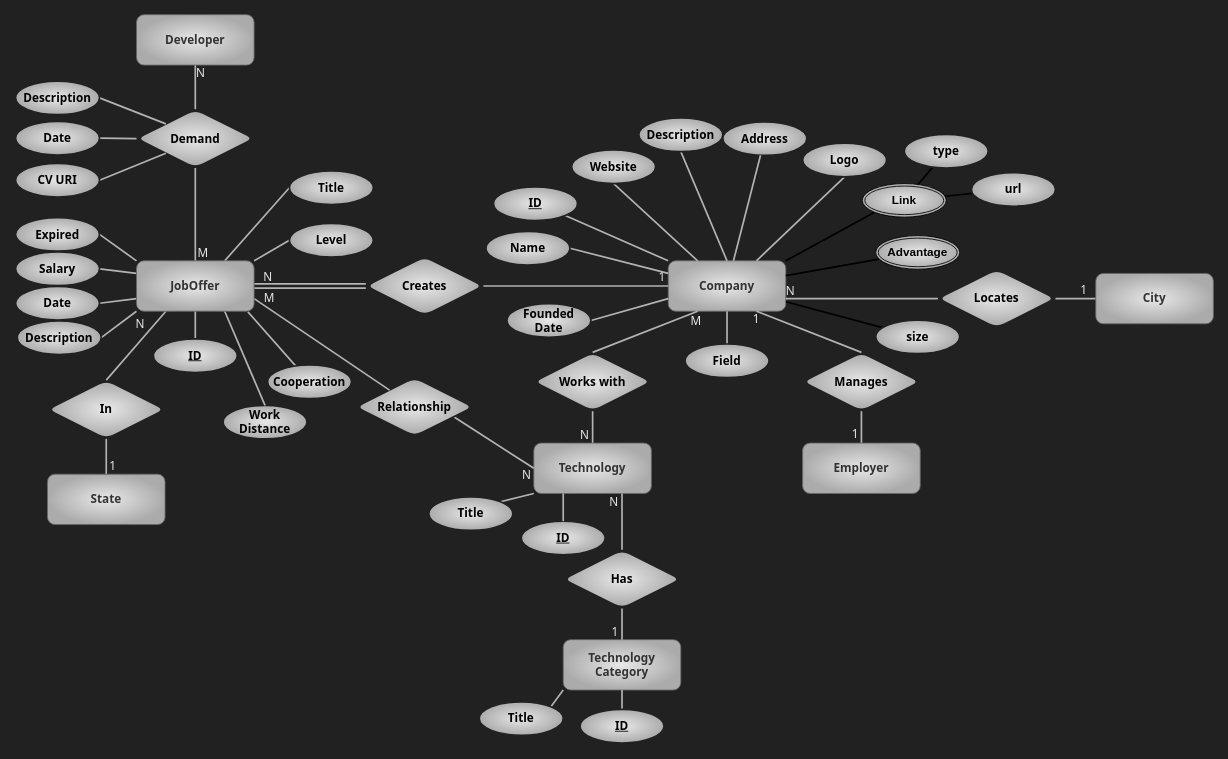
The draw.io diagram page "magnet" (2 of 5) of assets/er.drawio in kntu-db/quera-norm, before the edit. Source tidied: cells renumbered, new cells numbered last; positions are measured from the earlier drawing's top-left corner, leaving out a move shared by most shapes. Both pictures are drawn from the tidied source at 84%, with x=0, y=0 at pixel (15, 14).
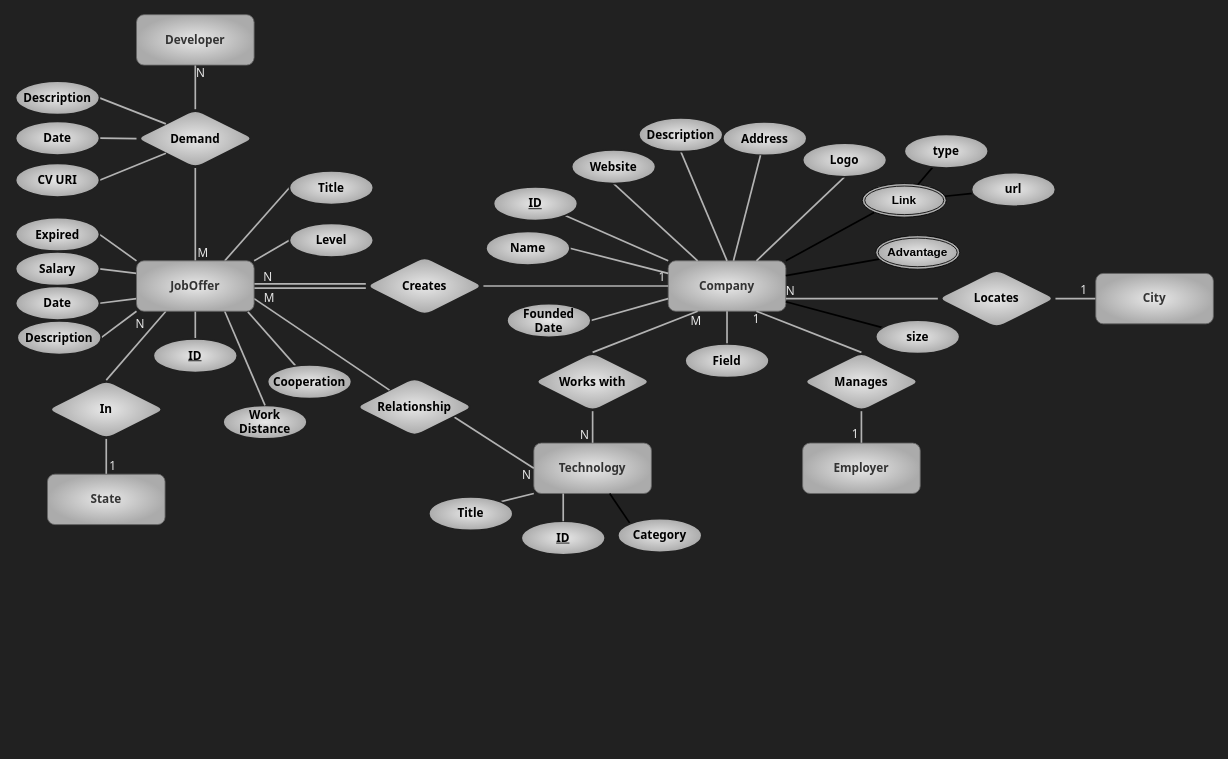
Above is the later version.

The change refers to these unchanged cells:
```xml
<mxCell id="51" value="Technology" style="whiteSpace=wrap;html=1;align=center;fontFamily=Tahoma;rounded=1;fillColor=#E8E8E8;strokeColor=#666666;fontColor=#333333;gradientColor=#ABABAB;gradientDirection=radial;fontSize=14;labelBackgroundColor=none;fontStyle=1;" parent="1" vertex="1">
  <mxGeometry x="617" y="510" width="140" height="60" as="geometry" />
</mxCell>
```

What changed in the source:
```diff
@@
-    <mxCell id="67" value="&lt;div style=&quot;direction: rtl&quot;&gt;&lt;span&gt;Technology Category&lt;/span&gt;&lt;/div&gt;" style="whiteSpace=wrap;html=1;align=center;fontFamily=Tahoma;rounded=1;fillColor=#E8E8E8;strokeColor=#666666;fontColor=#333333;gradientColor=#ABABAB;gradientDirection=radial;fontSize=14;labelBackgroundColor=none;fontStyle=1;" parent="1" vertex="1">
-      <mxGeometry x="652" y="744" width="140" height="60" as="geometry" />
-    </mxCell>
-    <mxCell id="68" value="Has" style="shape=rhombus;perimeter=rhombusPerimeter;whiteSpace=wrap;html=1;align=center;rounded=1;labelBackgroundColor=none;fontFamily=Tahoma;fontSize=14;fontColor=#000000;strokeColor=#212121;strokeWidth=2;fillColor=#E8E8E8;gradientColor=#ABABAB;gradientDirection=radial;fontStyle=1;" parent="1" vertex="1">
-      <mxGeometry x="652" y="637" width="140" height="70" as="geometry" />
-    </mxCell>
-    <mxCell id="69" style="endArrow=none;html=1;rounded=0;shadow=0;sketch=0;fontFamily=Tahoma;fontSize=14;fontColor=#E8E8E8;strokeWidth=2;fillColor=none;strokeColor=#B3B3B3;exitX=0.5;exitY=0;exitDx=0;exitDy=0;entryX=0.75;entryY=1;entryDx=0;entryDy=0;" parent="1" edge="1" source="68" target="51">
-      <mxGeometry relative="1" as="geometry" />
-    </mxCell>
-    <mxCell id="70" value="N" style="html=1;align=right;verticalAlign=bottom;rounded=1;shadow=0;glass=0;labelBackgroundColor=none;labelBorderColor=none;fontFamily=Tahoma;fontSize=14;fontColor=#E8E8E8;strokeColor=#3D3D3D;strokeWidth=1;fillColor=#E8E8E8;gradientColor=#ABABAB;gradientDirection=radial;" parent="69" vertex="1">
-      <mxGeometry x="1" relative="1" as="geometry">
-        <mxPoint x="-4" y="20" as="offset" />
-      </mxGeometry>
-    </mxCell>
-    <mxCell id="71" style="endArrow=none;html=1;rounded=0;shadow=0;sketch=0;fontFamily=Tahoma;fontSize=14;fontColor=#E8E8E8;strokeWidth=2;fillColor=none;strokeColor=#B3B3B3;exitX=0.5;exitY=1;exitDx=0;exitDy=0;entryX=0.5;entryY=0;entryDx=0;entryDy=0;" parent="1" edge="1" source="68" target="67">
-      <mxGeometry relative="1" as="geometry" />
-    </mxCell>
-    <mxCell id="72" value="1" style="html=1;align=right;verticalAlign=bottom;rounded=1;shadow=0;glass=0;labelBackgroundColor=none;labelBorderColor=none;fontFamily=Tahoma;fontSize=14;fontColor=#E8E8E8;strokeColor=#3D3D3D;strokeWidth=1;fillColor=#E8E8E8;gradientColor=#ABABAB;gradientDirection=radial;" parent="71" vertex="1">
-      <mxGeometry x="1" relative="1" as="geometry">
-        <mxPoint x="-4" y="1" as="offset" />
-      </mxGeometry>
-    </mxCell>
-    <mxCell id="73" style="edgeStyle=none;html=1;exitX=0.5;exitY=0;exitDx=0;exitDy=0;entryX=0.5;entryY=1;entryDx=0;entryDy=0;endArrow=none;endFill=0;strokeColor=#B3B3B3;strokeWidth=2;" parent="1" edge="1" source="74" target="67">
-      <mxGeometry relative="1" as="geometry" />
-    </mxCell>
-    <mxCell id="74" value="ID" style="ellipse;whiteSpace=wrap;html=1;align=center;rounded=1;labelBackgroundColor=none;fontFamily=Tahoma;fontSize=14;fontColor=#000000;strokeColor=#212121;strokeWidth=2;fillColor=#E8E8E8;gradientColor=#ABABAB;gradientDirection=radial;fontStyle=5;" parent="1" vertex="1">
-      <mxGeometry x="672" y="827" width="100" height="40" as="geometry" />
-    </mxCell>
@@
-    <mxCell id="89" style="edgeStyle=none;html=1;exitX=1;exitY=0;exitDx=0;exitDy=0;entryX=0;entryY=1;entryDx=0;entryDy=0;endArrow=none;endFill=0;strokeColor=#B3B3B3;strokeWidth=2;" parent="1" edge="1" source="90" target="67">
-      <mxGeometry relative="1" as="geometry" />
-    </mxCell>
-    <mxCell id="90" value="Title" style="ellipse;whiteSpace=wrap;html=1;align=center;fontStyle=1;rounded=1;labelBackgroundColor=none;fontFamily=Tahoma;fontSize=14;fontColor=#000000;strokeColor=#212121;strokeWidth=2;fillColor=#E8E8E8;gradientColor=#ABABAB;gradientDirection=radial;" parent="1" vertex="1">
-      <mxGeometry x="552" y="818" width="100" height="40" as="geometry" />
-    </mxCell>
@@
+    <mxCell id="108" style="edgeStyle=none;html=1;exitX=0;exitY=0;exitDx=0;exitDy=0;endArrow=none;endFill=0;strokeWidth=2;" parent="1" edge="1" source="109" target="51">
+      <mxGeometry relative="1" as="geometry" />
+    </mxCell>
+    <mxCell id="109" value="Category" style="ellipse;whiteSpace=wrap;html=1;align=center;fontStyle=1;rounded=1;labelBackgroundColor=none;fontFamily=Tahoma;fontSize=14;fontColor=#000000;strokeColor=#212121;strokeWidth=2;fillColor=#E8E8E8;gradientColor=#ABABAB;gradientDirection=radial;" parent="1" vertex="1">
+      <mxGeometry x="717" y="600" width="100" height="40" as="geometry" />
+    </mxCell>
```
